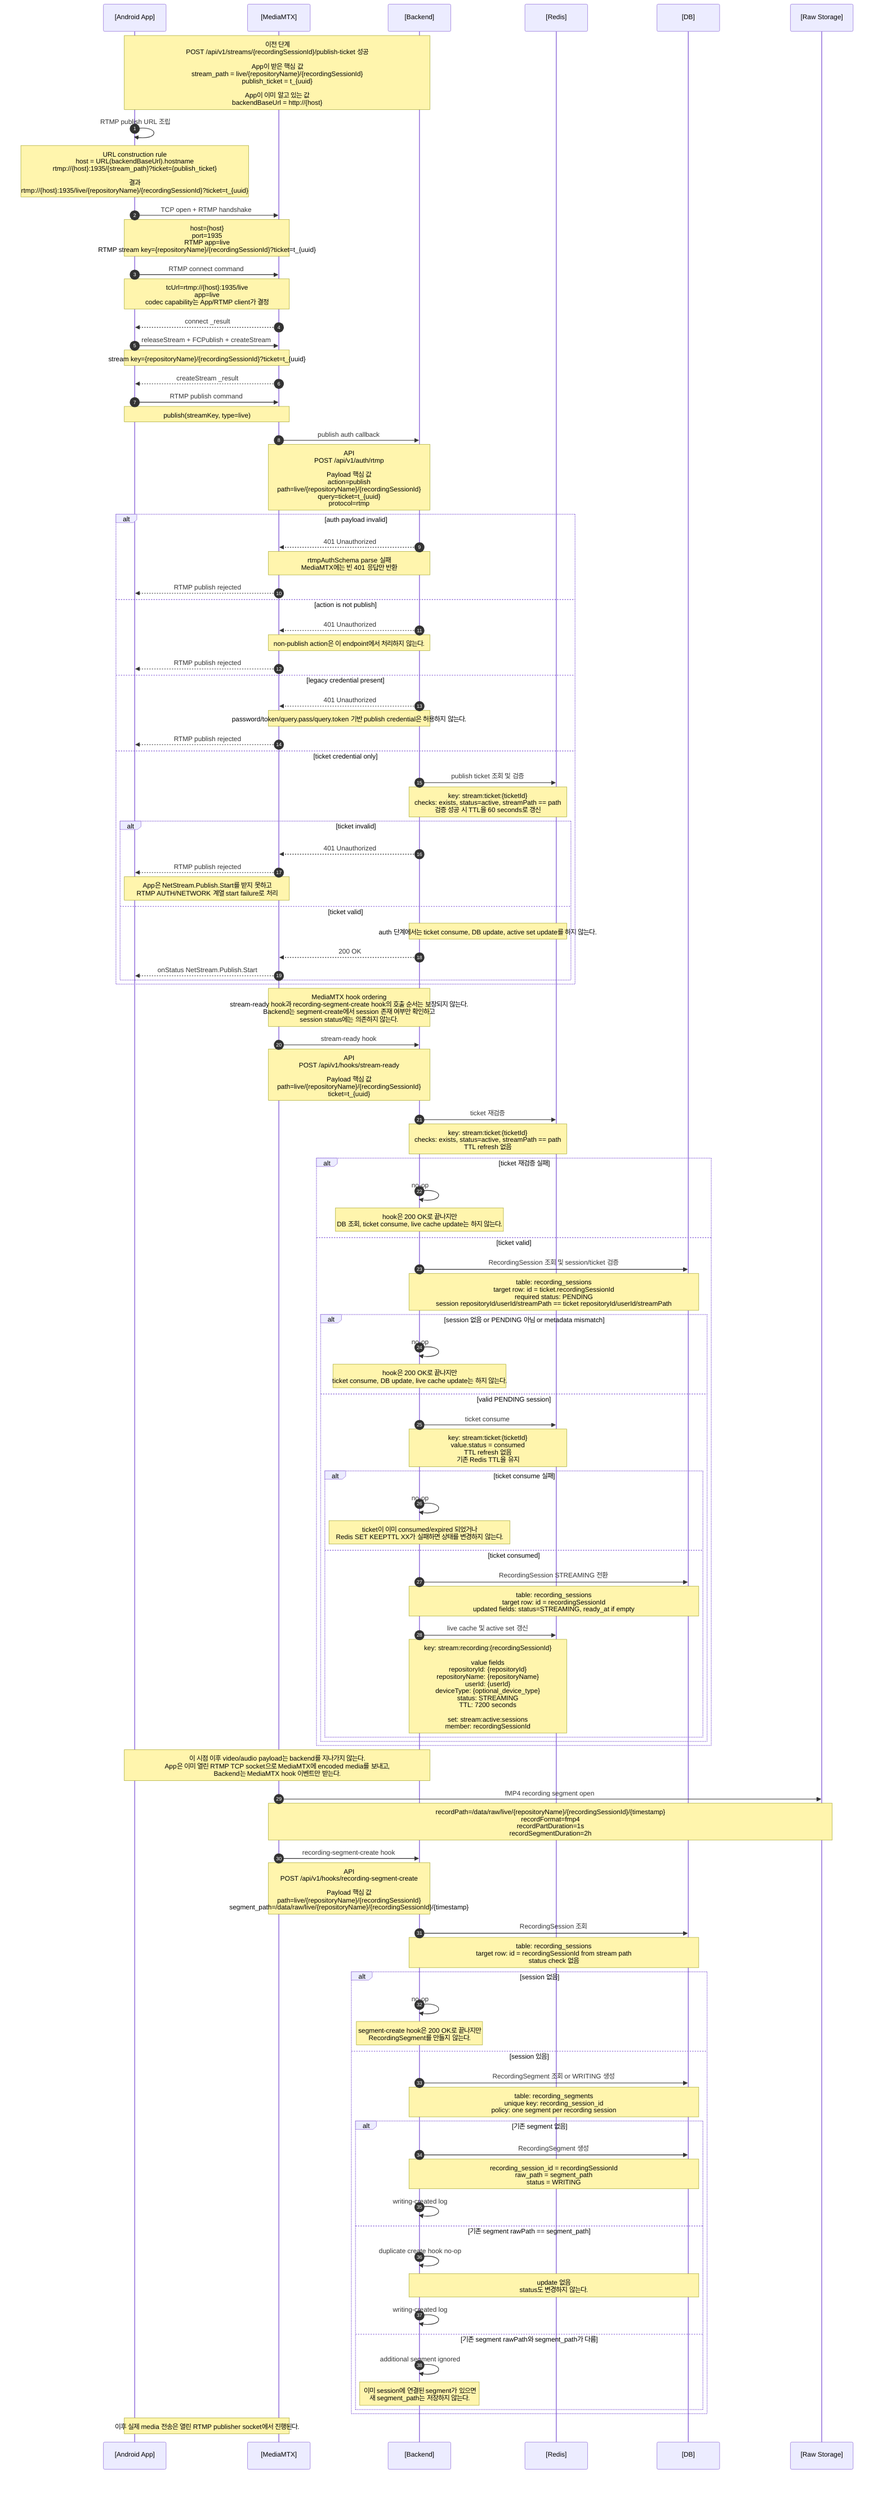
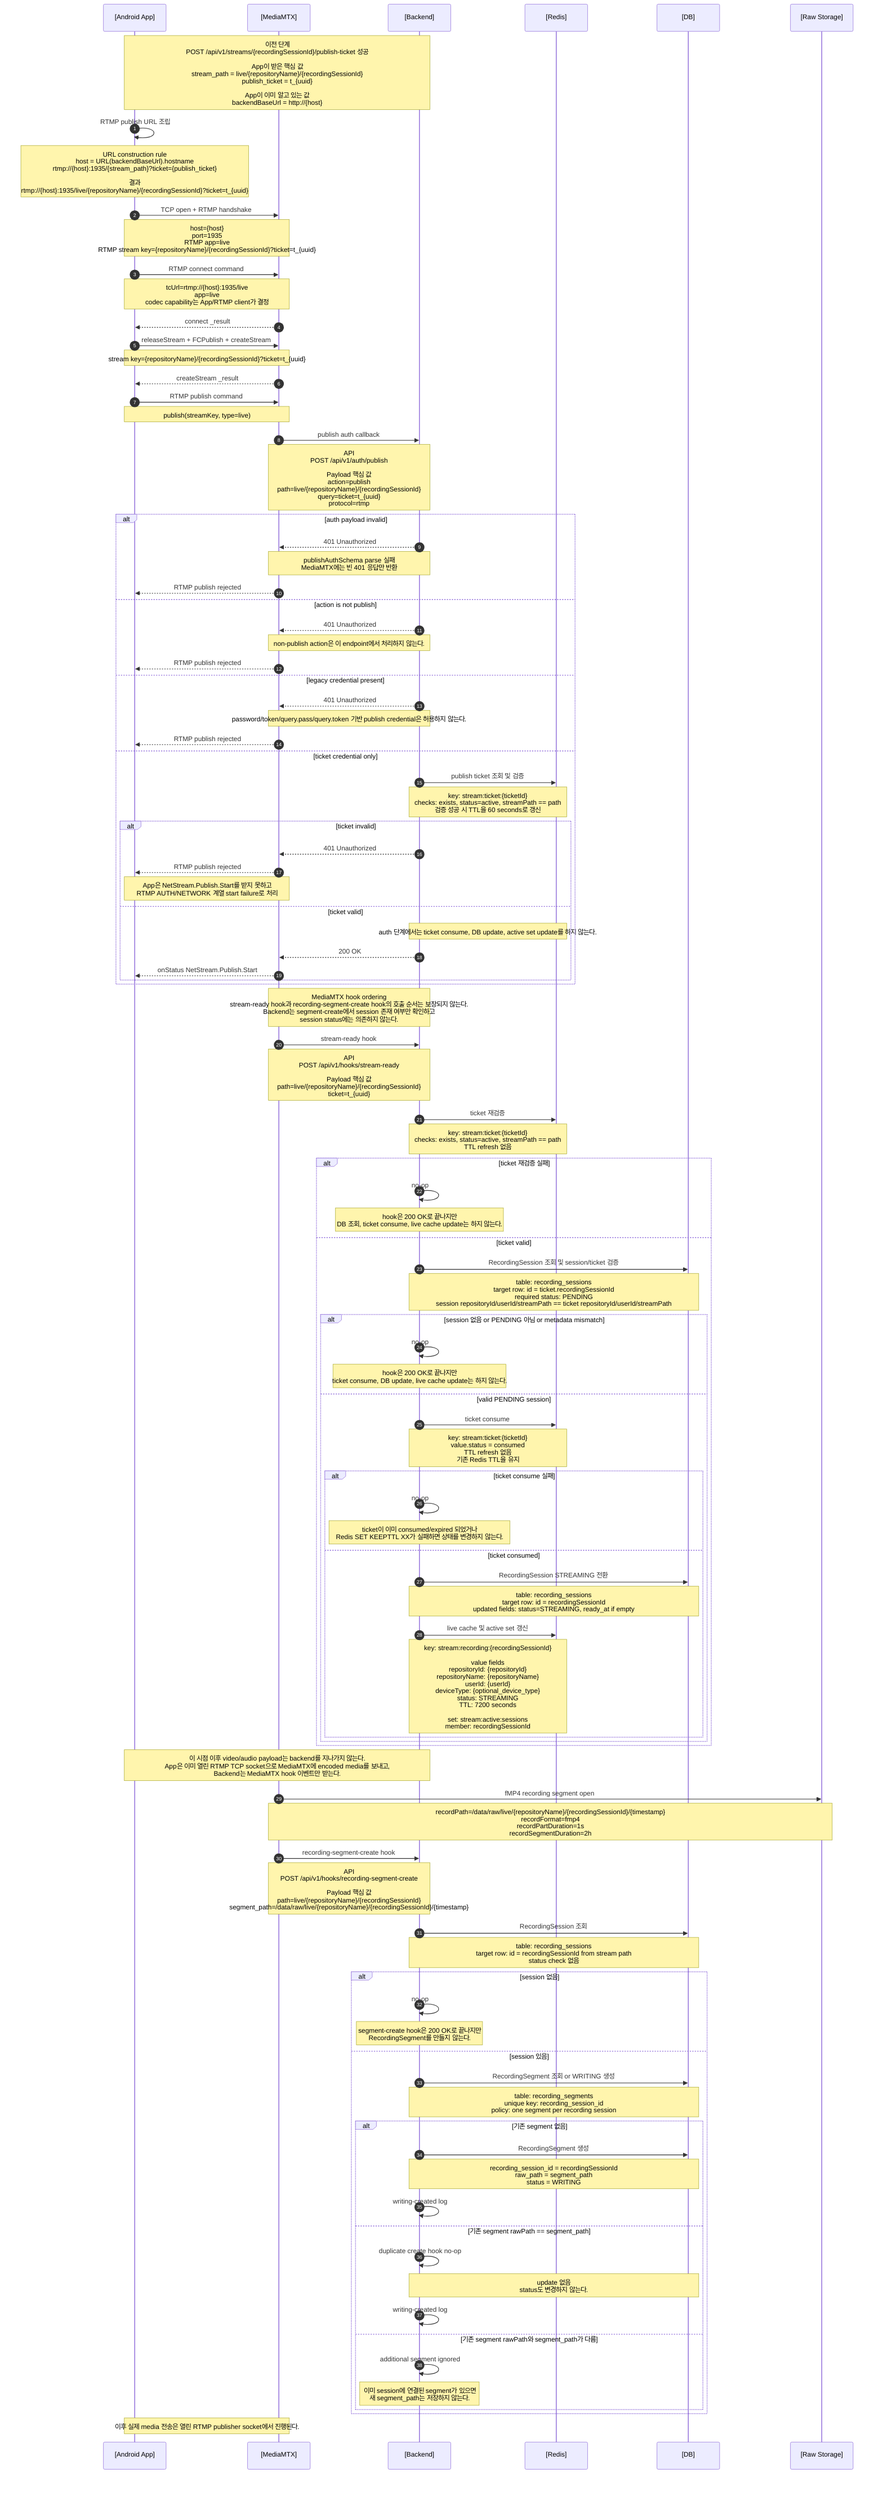
sequenceDiagram
  autonumber
  participant App as [Android App]
  participant MTX as [MediaMTX]
  participant Backend as [Backend]
  participant Redis as [Redis]
  participant DB as [DB]
  participant Storage as [Raw Storage]

  Note over App,Backend: 이전 단계<br/>POST /api/v1/streams/{recordingSessionId}/publish-ticket 성공<br/><br/>App이 받은 핵심 값<br/>stream_path = live/{repositoryName}/{recordingSessionId}<br/>publish_ticket = t_{uuid}<br/><br/>App이 이미 알고 있는 값<br/>backendBaseUrl = http://{host}

  App->>App: RTMP publish URL 조립
  Note over App: URL construction rule<br/>host = URL(backendBaseUrl).hostname<br/>rtmp://{host}:1935/{stream_path}?ticket={publish_ticket}<br/><br/>결과<br/>rtmp://{host}:1935/live/{repositoryName}/{recordingSessionId}?ticket=t_{uuid}

  App->>MTX: TCP open + RTMP handshake
  Note over App,MTX: host={host}<br/>port=1935<br/>RTMP app=live<br/>RTMP stream key={repositoryName}/{recordingSessionId}?ticket=t_{uuid}

  App->>MTX: RTMP connect command
  Note over App,MTX: tcUrl=rtmp://{host}:1935/live<br/>app=live<br/>codec capability는 App/RTMP client가 결정
  MTX-->>App: connect _result

  App->>MTX: releaseStream + FCPublish + createStream
  Note over App,MTX: stream key={repositoryName}/{recordingSessionId}?ticket=t_{uuid}
  MTX-->>App: createStream _result

  App->>MTX: RTMP publish command
  Note over App,MTX: publish(streamKey, type=live)

  MTX->>Backend: publish auth callback
-   Note over MTX,Backend: API<br/>POST /api/v1/auth/rtmp<br/><br/>Payload 핵심 값<br/>action=publish<br/>path=live/{repositoryName}/{recordingSessionId}<br/>query=ticket=t_{uuid}<br/>protocol=rtmp
+   Note over MTX,Backend: API<br/>POST /api/v1/auth/publish<br/><br/>Payload 핵심 값<br/>action=publish<br/>path=live/{repositoryName}/{recordingSessionId}<br/>query=ticket=t_{uuid}<br/>protocol=rtmp

  alt auth payload invalid
    Backend-->>MTX: 401 Unauthorized
-     Note over Backend,MTX: rtmpAuthSchema parse 실패<br/>MediaMTX에는 빈 401 응답만 반환
+     Note over Backend,MTX: publishAuthSchema parse 실패<br/>MediaMTX에는 빈 401 응답만 반환
    MTX-->>App: RTMP publish rejected
  else action is not publish
    Backend-->>MTX: 401 Unauthorized
    Note over Backend,MTX: non-publish action은 이 endpoint에서 처리하지 않는다.
    MTX-->>App: RTMP publish rejected
  else legacy credential present
    Backend-->>MTX: 401 Unauthorized
    Note over Backend,MTX: password/token/query.pass/query.token 기반 publish credential은 허용하지 않는다.
    MTX-->>App: RTMP publish rejected
  else ticket credential only
    Backend->>Redis: publish ticket 조회 및 검증
    Note over Backend,Redis: key: stream:ticket:{ticketId}<br/>checks: exists, status=active, streamPath == path<br/>검증 성공 시 TTL을 60 seconds로 갱신

    alt ticket invalid
      Backend-->>MTX: 401 Unauthorized
      MTX-->>App: RTMP publish rejected
      Note over App,MTX: App은 NetStream.Publish.Start를 받지 못하고<br/>RTMP AUTH/NETWORK 계열 start failure로 처리
    else ticket valid
      Note over Backend,Redis: auth 단계에서는 ticket consume, DB update, active set update를 하지 않는다.
      Backend-->>MTX: 200 OK
      MTX-->>App: onStatus NetStream.Publish.Start
    end
  end

  Note over MTX,Backend: MediaMTX hook ordering<br/>stream-ready hook과 recording-segment-create hook의 호출 순서는 보장되지 않는다.<br/>Backend는 segment-create에서 session 존재 여부만 확인하고<br/>session status에는 의존하지 않는다.

  MTX->>Backend: stream-ready hook
  Note over MTX,Backend: API<br/>POST /api/v1/hooks/stream-ready<br/><br/>Payload 핵심 값<br/>path=live/{repositoryName}/{recordingSessionId}<br/>ticket=t_{uuid}

  Backend->>Redis: ticket 재검증
  Note over Backend,Redis: key: stream:ticket:{ticketId}<br/>checks: exists, status=active, streamPath == path<br/>TTL refresh 없음

  alt ticket 재검증 실패
    Backend->>Backend: no-op
    Note over Backend: hook은 200 OK로 끝나지만<br/>DB 조회, ticket consume, live cache update는 하지 않는다.
  else ticket valid
    Backend->>DB: RecordingSession 조회 및 session/ticket 검증
    Note over Backend,DB: table: recording_sessions<br/>target row: id = ticket.recordingSessionId<br/>required status: PENDING<br/>session repositoryId/userId/streamPath == ticket repositoryId/userId/streamPath

    alt session 없음 or PENDING 아님 or metadata mismatch
      Backend->>Backend: no-op
      Note over Backend: hook은 200 OK로 끝나지만<br/>ticket consume, DB update, live cache update는 하지 않는다.
    else valid PENDING session
    Backend->>Redis: ticket consume
    Note over Backend,Redis: key: stream:ticket:{ticketId}<br/>value.status = consumed<br/>TTL refresh 없음<br/>기존 Redis TTL을 유지

      alt ticket consume 실패
        Backend->>Backend: no-op
        Note over Backend: ticket이 이미 consumed/expired 되었거나<br/>Redis SET KEEPTTL XX가 실패하면 상태를 변경하지 않는다.
      else ticket consumed
        Backend->>DB: RecordingSession STREAMING 전환
        Note over Backend,DB: table: recording_sessions<br/>target row: id = recordingSessionId<br/>updated fields: status=STREAMING, ready_at if empty

        Backend->>Redis: live cache 및 active set 갱신
        Note over Backend,Redis: key: stream:recording:{recordingSessionId}<br/><br/>value fields<br/>repositoryId: {repositoryId}<br/>repositoryName: {repositoryName}<br/>userId: {userId}<br/>deviceType: {optional_device_type}<br/>status: STREAMING<br/>TTL: 7200 seconds<br/><br/>set: stream:active:sessions<br/>member: recordingSessionId
      end
    end
  end

  Note over App,Backend: 이 시점 이후 video/audio payload는 backend를 지나가지 않는다.<br/>App은 이미 열린 RTMP TCP socket으로 MediaMTX에 encoded media를 보내고,<br/>Backend는 MediaMTX hook 이벤트만 받는다.

  MTX->>Storage: fMP4 recording segment open
  Note over MTX,Storage: recordPath=/data/raw/live/{repositoryName}/{recordingSessionId}/{timestamp}<br/>recordFormat=fmp4<br/>recordPartDuration=1s<br/>recordSegmentDuration=2h

  MTX->>Backend: recording-segment-create hook
  Note over MTX,Backend: API<br/>POST /api/v1/hooks/recording-segment-create<br/><br/>Payload 핵심 값<br/>path=live/{repositoryName}/{recordingSessionId}<br/>segment_path=/data/raw/live/{repositoryName}/{recordingSessionId}/{timestamp}

  Backend->>DB: RecordingSession 조회
  Note over Backend,DB: table: recording_sessions<br/>target row: id = recordingSessionId from stream path<br/>status check 없음

  alt session 없음
    Backend->>Backend: no-op
    Note over Backend: segment-create hook은 200 OK로 끝나지만<br/>RecordingSegment를 만들지 않는다.
  else session 있음
    Backend->>DB: RecordingSegment 조회 or WRITING 생성
    Note over Backend,DB: table: recording_segments<br/>unique key: recording_session_id<br/>policy: one segment per recording session

    alt 기존 segment 없음
      Backend->>DB: RecordingSegment 생성
      Note over Backend,DB: recording_session_id = recordingSessionId<br/>raw_path = segment_path<br/>status = WRITING
      Backend->>Backend: writing-created log
    else 기존 segment rawPath == segment_path
      Backend->>Backend: duplicate create hook no-op
      Note over Backend,DB: update 없음<br/>status도 변경하지 않는다.
      Backend->>Backend: writing-created log
    else 기존 segment rawPath와 segment_path가 다름
      Backend->>Backend: additional segment ignored
      Note over Backend: 이미 session에 연결된 segment가 있으면<br/>새 segment_path는 저장하지 않는다.
    end
  end

  Note over App,MTX: 이후 실제 media 전송은 열린 RTMP publisher socket에서 진행된다.

%% 참고:
%% 이 문서는 publish-ticket 발급 이후 RTMP publish 인증, stream-ready, live cache 등록,
%% 첫 recording segment 생성까지만 다룬다.
%% 실제 RTMP media chunk 전송부터 stream 종료, hook 처리, finalize enqueue까지는
%% .mermaid/4.rtmp-stream.mmd에서 다룬다.
